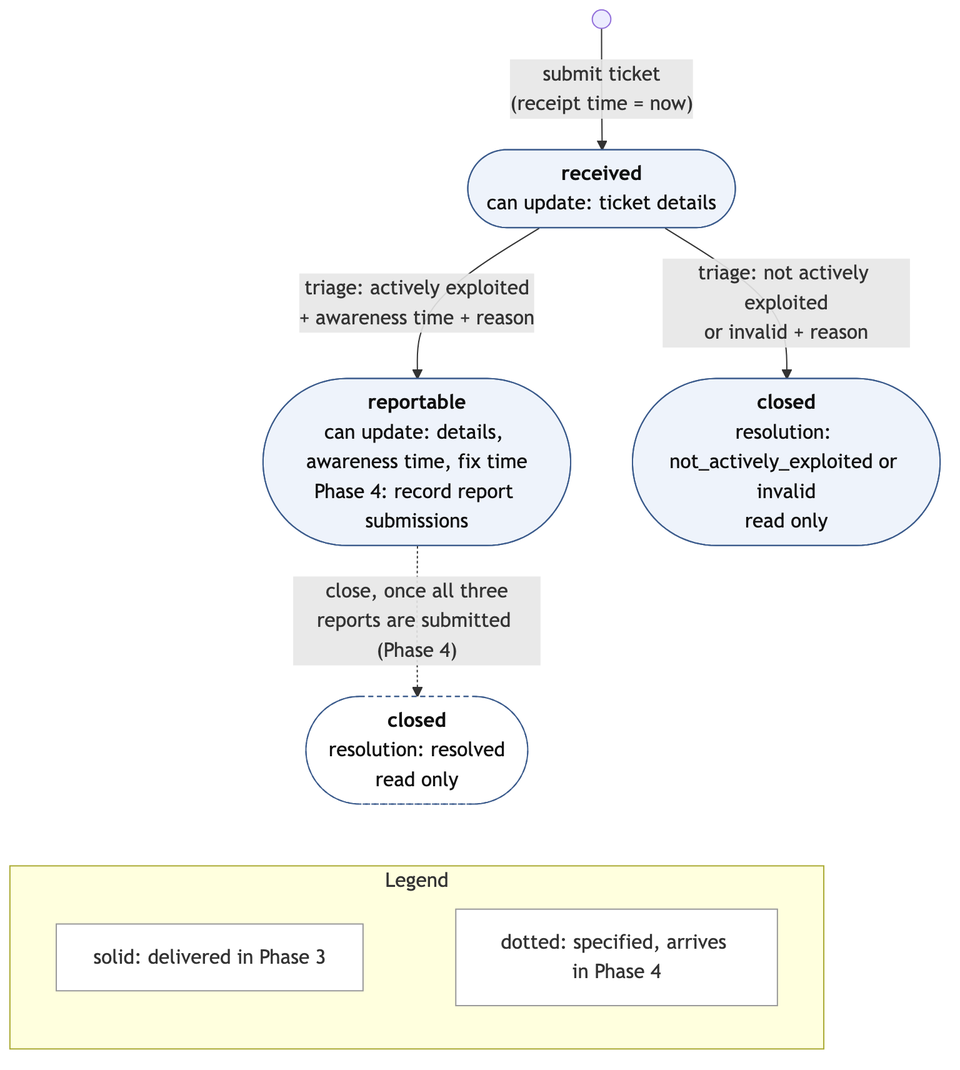
Above: docs/models/model-a-ticket-lifecycle.png in team17-ece30861/cra-service (Mermaid), before the change. Its source is kept beside it as docs/models/model-a-ticket-lifecycle.mmd.
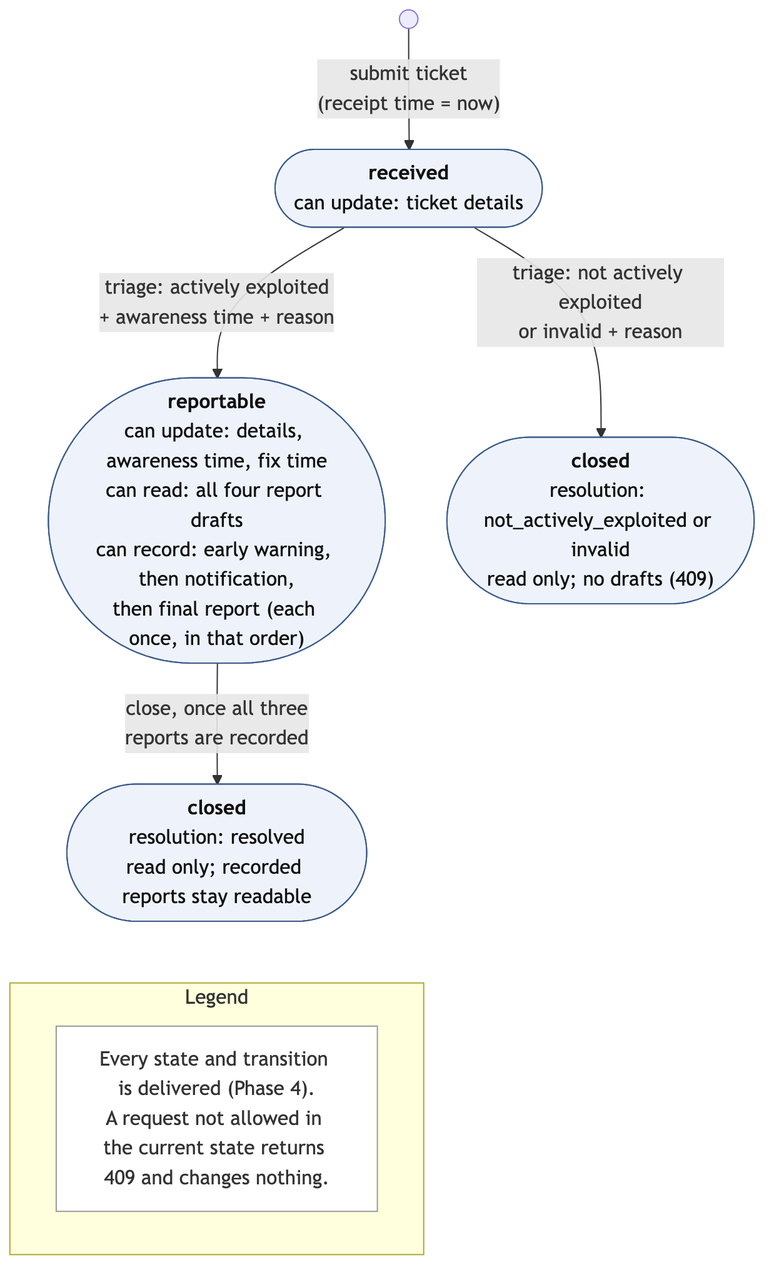
The same file after the commit.

Commit message:
Models as delivered in Phase 4 (A, B, architecture)

What changed in the source:
```diff
@@ -3,17 +3,15 @@
   received(["<b>received</b><br/>can update: ticket details"])
   received -->|"triage: actively exploited<br/>+ awareness time + reason"| reportable
   received -->|"triage: not actively exploited<br/>or invalid + reason"| closedNA
-  reportable(["<b>reportable</b><br/>can update: details, awareness time, fix time<br/>Phase 4: record report submissions"])
-  closedNA(["<b>closed</b><br/>resolution: not_actively_exploited or invalid<br/>read only"])
-  reportable -.->|"close, once all three<br/>reports are submitted (Phase 4)"| closedR(["<b>closed</b><br/>resolution: resolved<br/>read only"])
+  reportable(["<b>reportable</b><br/>can update: details, awareness time, fix time<br/>can read: all four report drafts<br/>can record: early warning, then notification,<br/>then final report (each once, in that order)"])
+  closedNA(["<b>closed</b><br/>resolution: not_actively_exploited or invalid<br/>read only; no drafts (409)"])
+  reportable -->|"close, once all three<br/>reports are recorded"| closedR(["<b>closed</b><br/>resolution: resolved<br/>read only; recorded reports stay readable"])
   subgraph legend["Legend"]
     direction LR
-    l1["solid: delivered in Phase 3"] ~~~ l2["dotted: specified, arrives in Phase 4"]
+    l1["Every state and transition is delivered (Phase 4).<br/>A request not allowed in the current state returns 409 and changes nothing."]
   end
   closedR ~~~ legend
   classDef state fill:#eef3fb,stroke:#3b5b8c,color:#111
-  classDef planned fill:#ffffff,stroke:#3b5b8c,stroke-dasharray:4 3,color:#111
   classDef note fill:#ffffff,stroke:#999,color:#333
-  class received,reportable,closedNA state
-  class closedR planned
-  class l1,l2 note
+  class received,reportable,closedNA,closedR state
+  class l1 note
```
